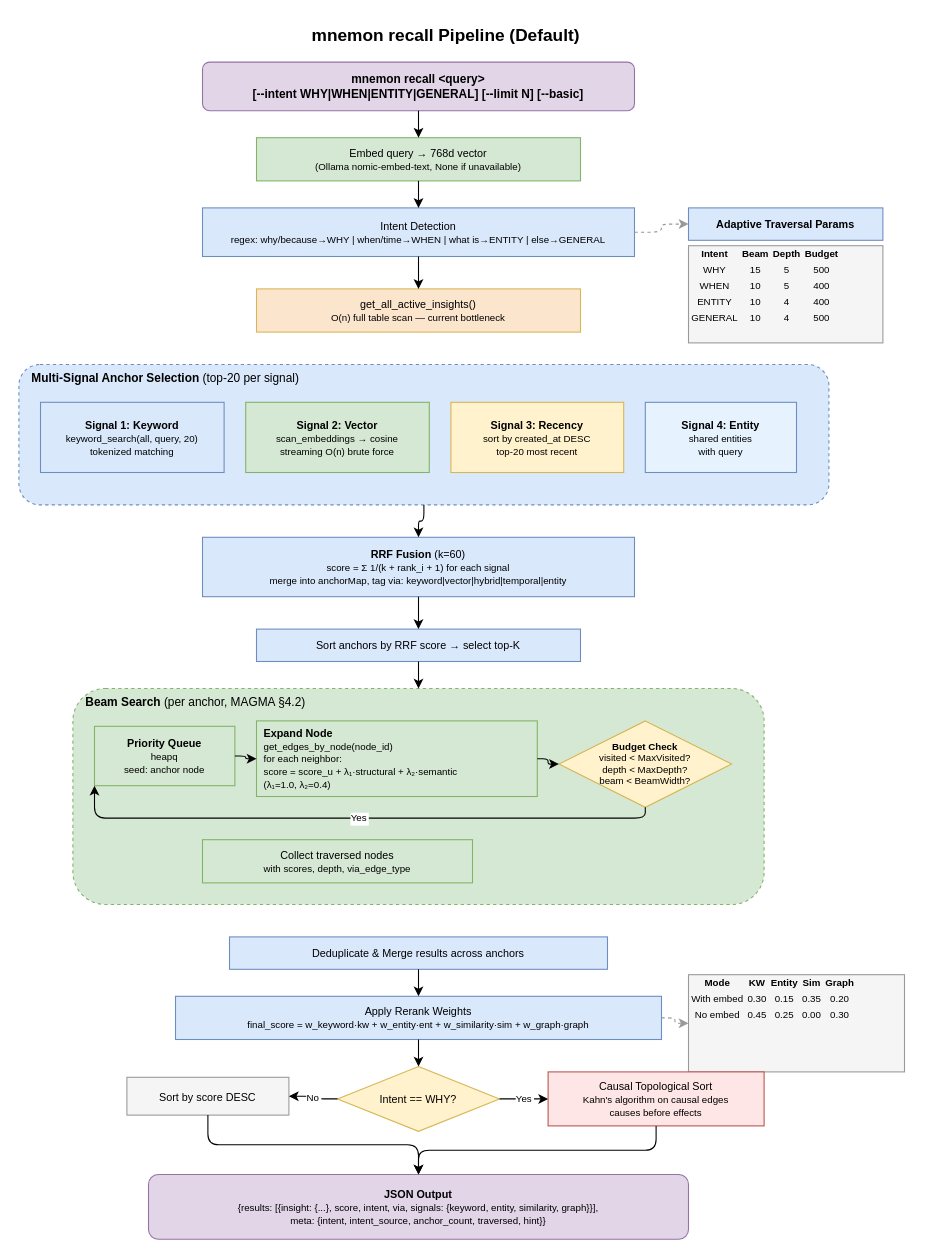
Before: docs/diagrams/03-smart-recall-pipeline.drawio in bissli/mnemon, a draw.io diagram. Source tidied: cells renumbered, new cells numbered last; positions are measured from the earlier drawing's top-left corner, leaving out a move shared by most shapes. Both pictures are drawn from the tidied source at 108%, with x=0, y=0 at pixel (18, 18).
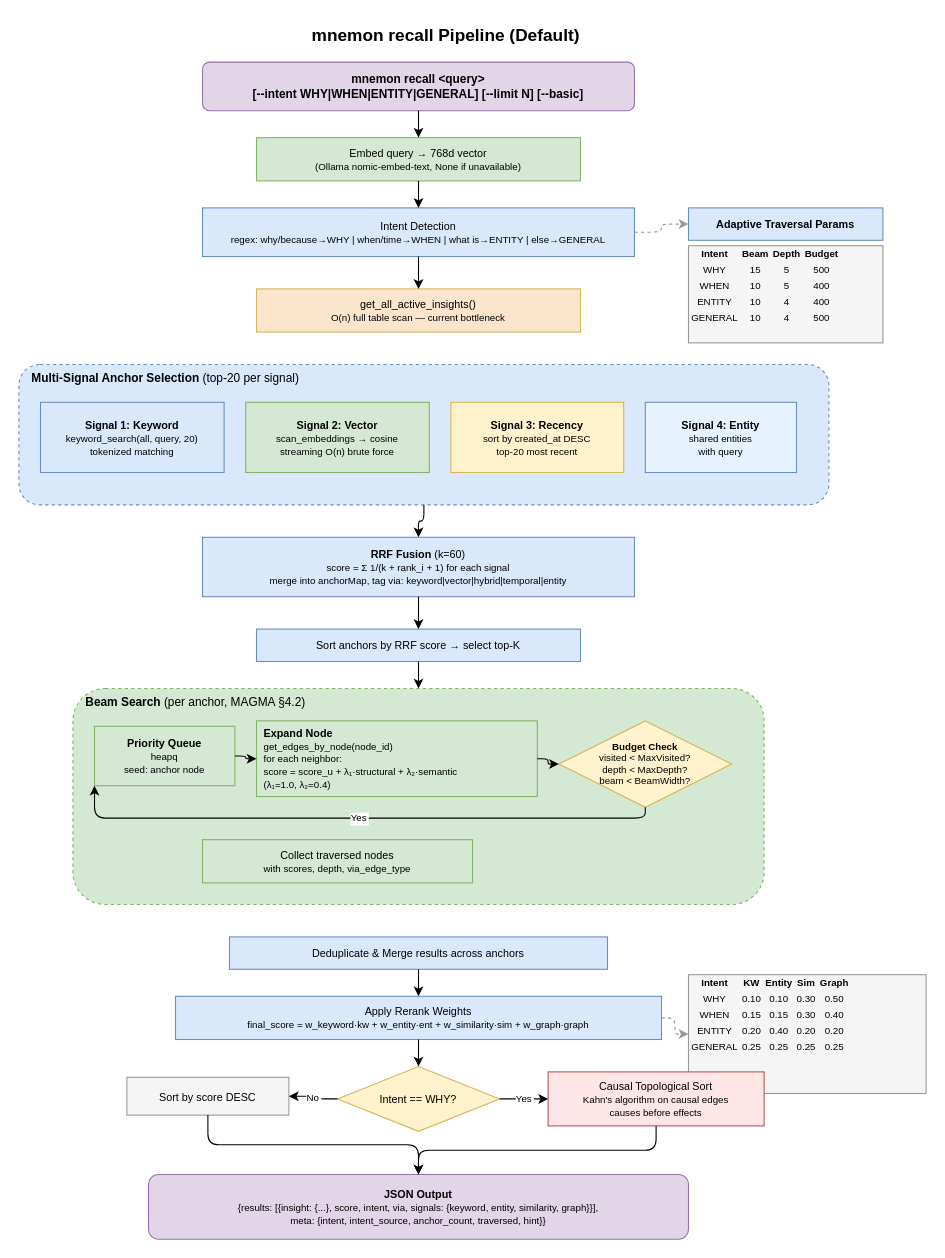
After the change.

Change to the diagram source:
```diff
@@
-    <mxCell id="34" value="&lt;table style=&quot;font-size:9px;&quot;&gt;&lt;tr&gt;&lt;th&gt;Mode&lt;/th&gt;&lt;th&gt;KW&lt;/th&gt;&lt;th&gt;Entity&lt;/th&gt;&lt;th&gt;Sim&lt;/th&gt;&lt;th&gt;Graph&lt;/th&gt;&lt;/tr&gt;&lt;tr&gt;&lt;td&gt;With embed&lt;/td&gt;&lt;td&gt;0.30&lt;/td&gt;&lt;td&gt;0.15&lt;/td&gt;&lt;td&gt;0.35&lt;/td&gt;&lt;td&gt;0.20&lt;/td&gt;&lt;/tr&gt;&lt;tr&gt;&lt;td&gt;No embed&lt;/td&gt;&lt;td&gt;0.45&lt;/td&gt;&lt;td&gt;0.25&lt;/td&gt;&lt;td&gt;0.00&lt;/td&gt;&lt;td&gt;0.30&lt;/td&gt;&lt;/tr&gt;&lt;/table&gt;" style="rounded=0;whiteSpace=wrap;html=1;fillColor=#f5f5f5;strokeColor=#999999;overflow=fill;" parent="1" vertex="1">
-      <mxGeometry x="620" y="885" width="200" height="90" as="geometry" />
+    <mxCell id="34" value="&lt;table style=&quot;font-size:9px;&quot;&gt;&lt;tr&gt;&lt;th&gt;Intent&lt;/th&gt;&lt;th&gt;KW&lt;/th&gt;&lt;th&gt;Entity&lt;/th&gt;&lt;th&gt;Sim&lt;/th&gt;&lt;th&gt;Graph&lt;/th&gt;&lt;/tr&gt;&lt;tr&gt;&lt;td&gt;WHY&lt;/td&gt;&lt;td&gt;0.10&lt;/td&gt;&lt;td&gt;0.10&lt;/td&gt;&lt;td&gt;0.30&lt;/td&gt;&lt;td&gt;0.50&lt;/td&gt;&lt;/tr&gt;&lt;tr&gt;&lt;td&gt;WHEN&lt;/td&gt;&lt;td&gt;0.15&lt;/td&gt;&lt;td&gt;0.15&lt;/td&gt;&lt;td&gt;0.30&lt;/td&gt;&lt;td&gt;0.40&lt;/td&gt;&lt;/tr&gt;&lt;tr&gt;&lt;td&gt;ENTITY&lt;/td&gt;&lt;td&gt;0.20&lt;/td&gt;&lt;td&gt;0.40&lt;/td&gt;&lt;td&gt;0.20&lt;/td&gt;&lt;td&gt;0.20&lt;/td&gt;&lt;/tr&gt;&lt;tr&gt;&lt;td&gt;GENERAL&lt;/td&gt;&lt;td&gt;0.25&lt;/td&gt;&lt;td&gt;0.25&lt;/td&gt;&lt;td&gt;0.25&lt;/td&gt;&lt;td&gt;0.25&lt;/td&gt;&lt;/tr&gt;&lt;/table&gt;" style="rounded=0;whiteSpace=wrap;html=1;fillColor=#f5f5f5;strokeColor=#999999;overflow=fill;" parent="1" vertex="1">
+      <mxGeometry x="620" y="885" width="220" height="110" as="geometry" />
     </mxCell>
```
